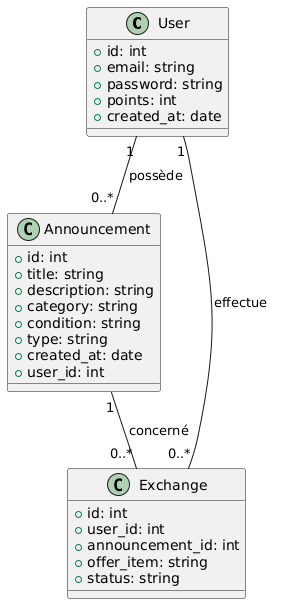
Before: docs/ClassDiagrammEcoTroc.png, a diagram exported from PlantUML (JubEfrei/EcoTroc).
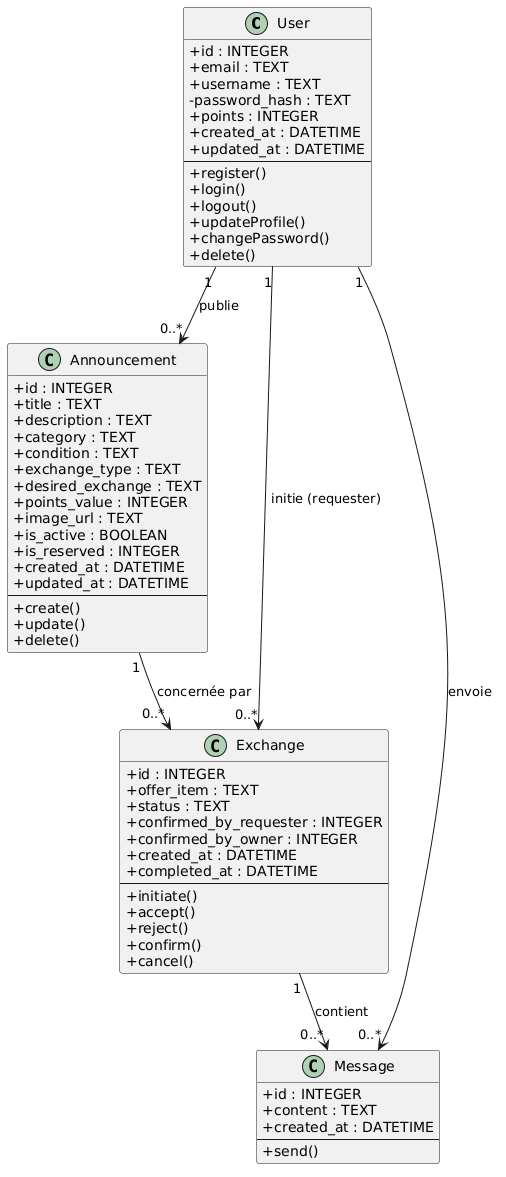
Later version of the same file.

The edit, as a diff of the source:
```diff
@@ -1,32 +1,70 @@
 @startuml
+skinparam classAttributeIconSize 0
+
 class User {
-+id: int
-+email: string
-+password: string
-+points: int
-+created_at: date
+  +id : INTEGER
+  +email : TEXT
+  +username : TEXT
+  -password_hash : TEXT
+  +points : INTEGER
+  +created_at : DATETIME
+  +updated_at : DATETIME
+  --
+  +register()
+  +login()
+  +logout()
+  +updateProfile()
+  +changePassword()
+  +delete()
 }
 
 class Announcement {
-+id: int
-+title: string
-+description: string
-+category: string
-+condition: string
-+type: string
-+created_at: date
-+user_id: int
+  +id : INTEGER
+  +title : TEXT
+  +description : TEXT
+  +category : TEXT
+  +condition : TEXT
+  +exchange_type : TEXT
+  +desired_exchange : TEXT
+  +points_value : INTEGER
+  +image_url : TEXT
+  +is_active : BOOLEAN
+  +is_reserved : INTEGER
+  +created_at : DATETIME
+  +updated_at : DATETIME
+  --
+  +create()
+  +update()
+  +delete()
 }
 
 class Exchange {
-+id: int
-+user_id: int
-+announcement_id: int
-+offer_item: string
-+status: string
+  +id : INTEGER
+  +offer_item : TEXT
+  +status : TEXT
+  +confirmed_by_requester : INTEGER
+  +confirmed_by_owner : INTEGER
+  +created_at : DATETIME
+  +completed_at : DATETIME
+  --
+  +initiate()
+  +accept()
+  +reject()
+  +confirm()
+  +cancel()
 }
 
-User "1" -- "0..*" Announcement : possède
-User "1" -- "0..*" Exchange : effectue
-Announcement "1" -- "0..*" Exchange : concerné
+class Message {
+  +id : INTEGER
+  +content : TEXT
+  +created_at : DATETIME
+  --
+  +send()
+}
+
+User "1" --> "0..*" Announcement : publie
+User "1" --> "0..*" Exchange : initie (requester)
+User "1" --> "0..*" Message : envoie
+Announcement "1" --> "0..*" Exchange : concernée par
+Exchange "1" --> "0..*" Message : contient
 @enduml
```
